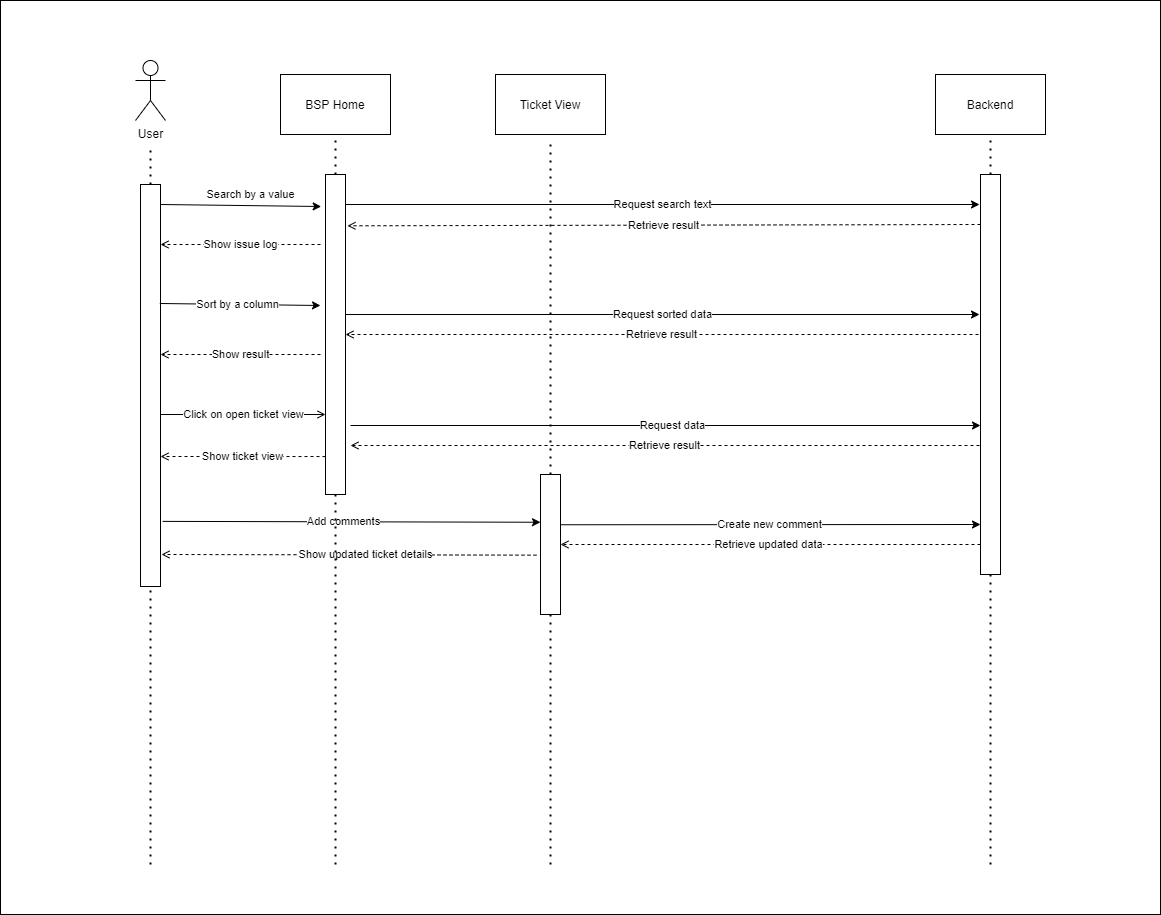
Earlier version of the draw.io export Sequence Diagrams/sequenceBSP.png (DiWeera98/IN2900Docs). Source tidied: cells renumbered, new cells last; positions are measured from the earlier drawing's top-left corner, leaving out a move shared by most shapes.
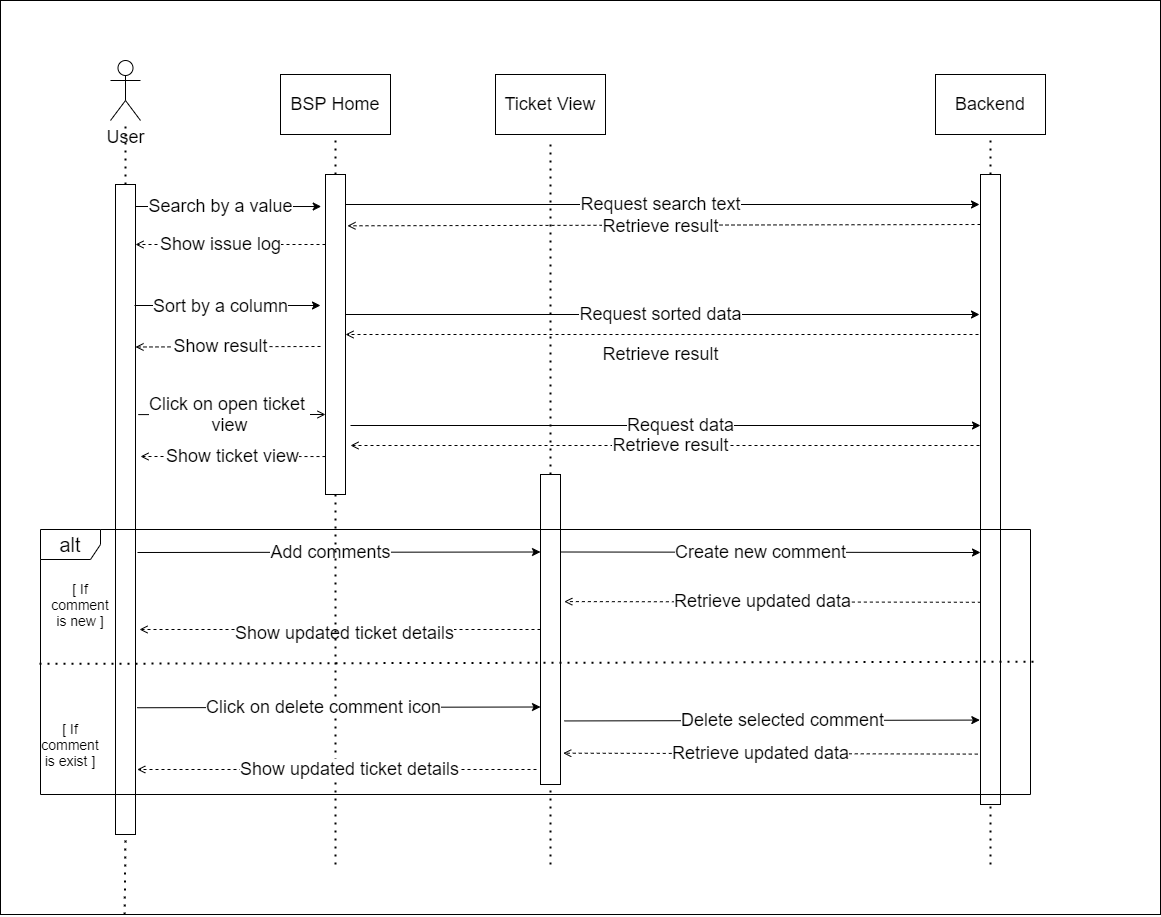
Later version of the same file.

The edit, as a diff of the source:
```diff
@@ -5,16 +5,14 @@
     <mxCell id="2" style="rounded=0;whiteSpace=wrap;html=1;" parent="1" vertex="1">
       <mxGeometry width="1160" height="914" as="geometry" />
     </mxCell>
-    <mxCell id="3" value="BSP Home" style="rounded=0;whiteSpace=wrap;html=1;" parent="1" vertex="1">
+    <mxCell id="3" value="&lt;font style=&quot;font-size: 18px&quot;&gt;BSP Home&lt;/font&gt;" style="rounded=0;whiteSpace=wrap;html=1;" parent="1" vertex="1">
       <mxGeometry x="280" y="74" width="110" height="60" as="geometry" />
     </mxCell>
-    <mxCell id="4" value="Backend" style="rounded=0;whiteSpace=wrap;html=1;" parent="1" vertex="1">
+    <mxCell id="4" value="&lt;font style=&quot;font-size: 18px&quot;&gt;Backend&lt;/font&gt;" style="rounded=0;whiteSpace=wrap;html=1;" parent="1" vertex="1">
       <mxGeometry x="935" y="74" width="110" height="60" as="geometry" />
     </mxCell>
-    <mxCell id="5" style="endArrow=none;dashed=1;html=1;dashPattern=1 3;strokeWidth=2;" parent="1" edge="1" source="16">
-      <mxGeometry relative="1" as="geometry">
-        <mxPoint x="150" y="144" as="targetPoint" />
-      </mxGeometry>
+    <mxCell id="5" style="endArrow=none;dashed=1;html=1;dashPattern=1 3;strokeWidth=2;exitX=0.5;exitY=0;exitDx=0;exitDy=0;" parent="1" edge="1" source="16" target="20">
+      <mxGeometry relative="1" as="geometry" />
     </mxCell>
     <mxCell id="6" style="endArrow=none;dashed=1;html=1;dashPattern=1 3;strokeWidth=2;entryX=0.5;entryY=1;entryDx=0;entryDy=0;" parent="1" edge="1" source="18" target="3">
       <mxGeometry relative="1" as="geometry" />
@@ -22,55 +20,51 @@
     <mxCell id="7" style="endArrow=none;dashed=1;html=1;dashPattern=1 3;strokeWidth=2;entryX=0.5;entryY=1;entryDx=0;entryDy=0;" parent="1" edge="1" source="24" target="4">
       <mxGeometry relative="1" as="geometry" />
     </mxCell>
-    <mxCell id="8" value="Request sorted data" style="endArrow=classic;html=1;" parent="1" edge="1">
-      <mxGeometry relative="1" as="geometry">
+    <mxCell id="8" value="&lt;font style=&quot;font-size: 18px&quot;&gt;Request sorted data&lt;/font&gt;" style="endArrow=classic;html=1;" parent="1" edge="1">
+      <mxGeometry x="-0.01" relative="1" as="geometry">
         <mxPoint x="345" y="314" as="sourcePoint" />
         <mxPoint x="979" y="314" as="targetPoint" />
       </mxGeometry>
     </mxCell>
-    <mxCell id="9" value="Retrieve result" style="endArrow=open;html=1;dashed=1;endFill=0;" parent="1" edge="1">
-      <mxGeometry relative="1" as="geometry">
+    <mxCell id="9" value="&lt;font style=&quot;font-size: 18px&quot;&gt;Retrieve result&lt;/font&gt;" style="endArrow=open;html=1;dashed=1;endFill=0;" parent="1" edge="1">
+      <mxGeometry y="20" relative="1" as="geometry">
         <mxPoint x="978" y="334" as="sourcePoint" />
         <mxPoint x="345" y="334" as="targetPoint" />
       </mxGeometry>
     </mxCell>
-    <mxCell id="10" value="Show result" style="endArrow=open;html=1;dashed=1;endFill=0;" parent="1" edge="1">
-      <mxGeometry relative="1" as="geometry">
-        <mxPoint x="320" y="354" as="sourcePoint" />
-        <mxPoint x="160" y="354" as="targetPoint" />
+    <mxCell id="10" value="&lt;font style=&quot;font-size: 18px&quot;&gt;Show result&lt;/font&gt;" style="endArrow=open;html=1;dashed=1;endFill=0;entryX=1;entryY=0.25;entryDx=0;entryDy=0;" parent="1" edge="1" target="16">
+      <mxGeometry x="0.08" relative="1" as="geometry">
+        <mxPoint x="320" y="346" as="sourcePoint" />
       </mxGeometry>
     </mxCell>
-    <mxCell id="11" value="Click on open ticket view" style="endArrow=open;html=1;endFill=0;" parent="1" edge="1">
-      <mxGeometry relative="1" as="geometry">
-        <mxPoint x="160" y="414" as="sourcePoint" />
+    <mxCell id="11" value="&lt;font style=&quot;font-size: 18px&quot;&gt;Click on open ticket &lt;br&gt;view&lt;/font&gt;" style="endArrow=open;html=1;endFill=0;exitX=1.139;exitY=0.354;exitDx=0;exitDy=0;exitPerimeter=0;" parent="1" edge="1" source="16">
+      <mxGeometry x="-0.03" relative="1" as="geometry">
         <mxPoint x="325" y="414" as="targetPoint" />
       </mxGeometry>
     </mxCell>
-    <mxCell id="12" value="Add comments" style="endArrow=classic;html=1;exitX=1.106;exitY=0.838;exitDx=0;exitDy=0;exitPerimeter=0;entryX=0;entryY=0.341;entryDx=0;entryDy=0;entryPerimeter=0;" parent="1" edge="1" source="16" target="32">
-      <mxGeometry x="-0.04" relative="1" as="geometry" />
+    <mxCell id="12" value="&lt;font style=&quot;font-size: 18px&quot;&gt;Add comments&lt;/font&gt;" style="endArrow=classic;html=1;entryX=0;entryY=0.25;entryDx=0;entryDy=0;" parent="1" edge="1" target="32">
+      <mxGeometry x="-0.04" relative="1" as="geometry">
+        <mxPoint x="137" y="552" as="sourcePoint" />
+      </mxGeometry>
     </mxCell>
-    <mxCell id="13" value="Create new comment" style="endArrow=classic;html=1;exitX=0.96;exitY=0.359;exitDx=0;exitDy=0;exitPerimeter=0;" parent="1" edge="1" source="32">
-      <mxGeometry relative="1" as="geometry">
-        <mxPoint x="980" y="524" as="targetPoint" />
+    <mxCell id="13" value="&lt;font style=&quot;font-size: 18px&quot;&gt;Create new comment&lt;/font&gt;" style="endArrow=classic;html=1;exitX=1;exitY=0.25;exitDx=0;exitDy=0;" parent="1" edge="1" source="32">
+      <mxGeometry x="-0.05" relative="1" as="geometry">
+        <mxPoint x="980" y="552" as="targetPoint" />
       </mxGeometry>
     </mxCell>
-    <mxCell id="14" value="Retrieve updated data" style="endArrow=open;html=1;dashed=1;endFill=0;entryX=1;entryY=0.5;entryDx=0;entryDy=0;" parent="1" edge="1" target="32">
-      <mxGeometry x="0.01" relative="1" as="geometry">
-        <mxPoint x="980" y="544" as="sourcePoint" />
-      </mxGeometry>
+    <mxCell id="14" value="&lt;font style=&quot;font-size: 18px&quot;&gt;Retrieve updated data&lt;/font&gt;" style="endArrow=open;html=1;dashed=1;endFill=0;entryX=1.188;entryY=0.41;entryDx=0;entryDy=0;entryPerimeter=0;exitX=0.019;exitY=0.679;exitDx=0;exitDy=0;exitPerimeter=0;" parent="1" edge="1" source="24" target="32">
+      <mxGeometry x="0.05" relative="1" as="geometry" />
     </mxCell>
-    <mxCell id="15" value="Show updated ticket details" style="endArrow=open;html=1;dashed=1;endFill=0;exitX=-0.2;exitY=0.576;exitDx=0;exitDy=0;exitPerimeter=0;" parent="1" edge="1" source="32">
-      <mxGeometry x="-0.09" relative="1" as="geometry">
-        <mxPoint x="161" y="554" as="targetPoint" />
+    <mxCell id="15" value="&lt;font style=&quot;font-size: 18px&quot;&gt;Show updated ticket details&lt;/font&gt;" style="endArrow=open;html=1;dashed=1;endFill=0;exitX=0;exitY=0.5;exitDx=0;exitDy=0;" parent="1" edge="1" source="32">
+      <mxGeometry x="-0.02" y="4" relative="1" as="geometry">
+        <mxPoint x="139" y="629" as="targetPoint" />
       </mxGeometry>
     </mxCell>
     <mxCell id="16" style="rounded=0;whiteSpace=wrap;html=1;" parent="1" vertex="1">
-      <mxGeometry x="140" y="184" width="20" height="402" as="geometry" />
+      <mxGeometry x="115" y="184" width="20" height="650" as="geometry" />
     </mxCell>
-    <mxCell id="17" style="endArrow=none;dashed=1;html=1;dashPattern=1 3;strokeWidth=2;" parent="1" edge="1" target="16">
-      <mxGeometry relative="1" as="geometry">
-        <mxPoint x="150" y="864" as="sourcePoint" />
-      </mxGeometry>
+    <mxCell id="17" style="endArrow=none;dashed=1;html=1;dashPattern=1 3;strokeWidth=2;entryX=0.5;entryY=1;entryDx=0;entryDy=0;exitX=0.107;exitY=1;exitDx=0;exitDy=0;exitPerimeter=0;" parent="1" edge="1" source="2" target="16">
+      <mxGeometry relative="1" as="geometry" />
     </mxCell>
     <mxCell id="18" style="rounded=0;whiteSpace=wrap;html=1;" parent="1" vertex="1">
       <mxGeometry x="325" y="174" width="20" height="320" as="geometry" />
@@ -80,61 +74,62 @@
         <mxPoint x="335" y="864" as="sourcePoint" />
       </mxGeometry>
     </mxCell>
-    <mxCell id="20" value="User&lt;br&gt;" style="shape=umlActor;verticalLabelPosition=bottom;verticalAlign=top;html=1;outlineConnect=0;" parent="1" vertex="1">
-      <mxGeometry x="135" y="60" width="30" height="60" as="geometry" />
+    <mxCell id="20" value="&lt;font style=&quot;font-size: 18px&quot;&gt;User&lt;/font&gt;" style="shape=umlActor;verticalLabelPosition=bottom;verticalAlign=top;html=1;outlineConnect=0;" parent="1" vertex="1">
+      <mxGeometry x="110" y="60" width="30" height="60" as="geometry" />
     </mxCell>
-    <mxCell id="21" value="Request data" style="endArrow=classic;html=1;" parent="1" edge="1">
-      <mxGeometry x="0.02" relative="1" as="geometry">
+    <mxCell id="21" value="&lt;font style=&quot;font-size: 18px&quot;&gt;Request data&lt;/font&gt;" style="endArrow=classic;html=1;" parent="1" edge="1">
+      <mxGeometry x="0.05" relative="1" as="geometry">
         <mxPoint x="350" y="425" as="sourcePoint" />
         <mxPoint x="980" y="425" as="targetPoint" />
       </mxGeometry>
     </mxCell>
-    <mxCell id="22" value="Retrieve result" style="endArrow=open;html=1;dashed=1;endFill=0;" parent="1" edge="1">
-      <mxGeometry relative="1" as="geometry">
+    <mxCell id="22" value="&lt;font style=&quot;font-size: 18px&quot;&gt;Retrieve result&lt;/font&gt;" style="endArrow=open;html=1;dashed=1;endFill=0;" parent="1" edge="1">
+      <mxGeometry x="-0.02" relative="1" as="geometry">
         <mxPoint x="979" y="445" as="sourcePoint" />
         <mxPoint x="350" y="445" as="targetPoint" />
       </mxGeometry>
     </mxCell>
-    <mxCell id="23" value="Show ticket view" style="endArrow=open;html=1;dashed=1;endFill=0;exitX=0.25;exitY=0.277;exitDx=0;exitDy=0;exitPerimeter=0;" parent="1" edge="1">
+    <mxCell id="23" value="&lt;font style=&quot;font-size: 18px&quot;&gt;Show ticket view&lt;/font&gt;" style="endArrow=open;html=1;dashed=1;endFill=0;exitX=0.25;exitY=0.277;exitDx=0;exitDy=0;exitPerimeter=0;" parent="1" edge="1">
       <mxGeometry relative="1" as="geometry">
         <mxPoint x="325" y="456.1" as="sourcePoint" />
-        <mxPoint x="160" y="456" as="targetPoint" />
+        <mxPoint x="140" y="456" as="targetPoint" />
       </mxGeometry>
     </mxCell>
     <mxCell id="24" style="rounded=0;whiteSpace=wrap;html=1;" parent="1" vertex="1">
-      <mxGeometry x="980" y="174" width="20" height="400" as="geometry" />
+      <mxGeometry x="980" y="174" width="20" height="630" as="geometry" />
     </mxCell>
     <mxCell id="25" style="endArrow=none;dashed=1;html=1;dashPattern=1 3;strokeWidth=2;" parent="1" edge="1" target="24">
       <mxGeometry relative="1" as="geometry">
         <mxPoint x="990" y="864" as="sourcePoint" />
       </mxGeometry>
     </mxCell>
-    <mxCell id="26" value="Sort by a column" style="endArrow=classic;html=1;exitX=0.965;exitY=0.296;exitDx=0;exitDy=0;exitPerimeter=0;" parent="1" edge="1" source="16">
-      <mxGeometry x="-0.03" relative="1" as="geometry">
+    <mxCell id="26" value="&lt;font style=&quot;font-size: 18px&quot;&gt;Sort by a column&lt;/font&gt;" style="endArrow=classic;html=1;" parent="1" edge="1">
+      <mxGeometry x="-0.08" y="-1" relative="1" as="geometry">
+        <mxPoint x="134" y="305" as="sourcePoint" />
         <mxPoint x="320" y="305" as="targetPoint" />
       </mxGeometry>
     </mxCell>
-    <mxCell id="27" value="Show issue log" style="endArrow=open;html=1;dashed=1;endFill=0;" parent="1" edge="1">
-      <mxGeometry relative="1" as="geometry">
-        <mxPoint x="320" y="244" as="sourcePoint" />
-        <mxPoint x="160" y="244" as="targetPoint" />
+    <mxCell id="27" value="&lt;font style=&quot;font-size: 18px&quot;&gt;Show issue log&lt;/font&gt;" style="endArrow=open;html=1;dashed=1;endFill=0;" parent="1" edge="1">
+      <mxGeometry x="0.11" relative="1" as="geometry">
+        <mxPoint x="325" y="244" as="sourcePoint" />
+        <mxPoint x="135" y="244" as="targetPoint" />
       </mxGeometry>
     </mxCell>
-    <mxCell id="28" value="Request search text" style="endArrow=classic;html=1;" parent="1" edge="1">
-      <mxGeometry relative="1" as="geometry">
+    <mxCell id="28" value="&lt;font style=&quot;font-size: 18px&quot;&gt;Request search text&lt;/font&gt;" style="endArrow=classic;html=1;" parent="1" edge="1">
+      <mxGeometry x="-0.01" relative="1" as="geometry">
         <mxPoint x="345" y="204" as="sourcePoint" />
         <mxPoint x="979" y="204" as="targetPoint" />
       </mxGeometry>
     </mxCell>
-    <mxCell id="29" value="Retrieve result" style="endArrow=open;html=1;dashed=1;endFill=0;exitX=-0.047;exitY=0.151;exitDx=0;exitDy=0;exitPerimeter=0;" parent="1" edge="1">
-      <mxGeometry relative="1" as="geometry">
+    <mxCell id="29" value="&lt;font style=&quot;font-size: 18px&quot;&gt;Retrieve result&lt;/font&gt;" style="endArrow=open;html=1;dashed=1;endFill=0;exitX=-0.047;exitY=0.151;exitDx=0;exitDy=0;exitPerimeter=0;" parent="1" edge="1">
+      <mxGeometry x="0.01" y="1" relative="1" as="geometry">
         <mxPoint x="980" y="224" as="sourcePoint" />
         <mxPoint x="346.9" y="225.3" as="targetPoint" />
       </mxGeometry>
     </mxCell>
-    <mxCell id="30" value="Search by a value" style="endArrow=classic;html=1;exitX=0.965;exitY=0.296;exitDx=0;exitDy=0;exitPerimeter=0;" parent="1" edge="1">
-      <mxGeometry x="0.12" y="11" relative="1" as="geometry">
-        <mxPoint x="160" y="204" as="sourcePoint" />
+    <mxCell id="30" value="&lt;font style=&quot;font-size: 18px&quot;&gt;Search by a value&lt;/font&gt;" style="endArrow=classic;html=1;" parent="1" edge="1">
+      <mxGeometry x="-0.08" relative="1" as="geometry">
+        <mxPoint x="135" y="206" as="sourcePoint" />
         <mxPoint x="320.7" y="206" as="targetPoint" />
       </mxGeometry>
     </mxCell>
@@ -144,15 +139,43 @@
       </mxGeometry>
     </mxCell>
     <mxCell id="32" style="rounded=0;whiteSpace=wrap;html=1;" parent="1" vertex="1">
-      <mxGeometry x="540" y="474" width="20" height="140" as="geometry" />
+      <mxGeometry x="540" y="474" width="20" height="310" as="geometry" />
     </mxCell>
     <mxCell id="33" style="endArrow=none;dashed=1;html=1;dashPattern=1 3;strokeWidth=2;" parent="1" edge="1" target="32">
       <mxGeometry relative="1" as="geometry">
         <mxPoint x="550" y="864" as="sourcePoint" />
       </mxGeometry>
     </mxCell>
-    <mxCell id="34" value="Ticket View" style="rounded=0;whiteSpace=wrap;html=1;" parent="1" vertex="1">
+    <mxCell id="34" value="&lt;font style=&quot;font-size: 18px&quot;&gt;Ticket View&lt;/font&gt;" style="rounded=0;whiteSpace=wrap;html=1;" parent="1" vertex="1">
       <mxGeometry x="495" y="74" width="110" height="60" as="geometry" />
     </mxCell>
+    <mxCell id="35" value="alt" style="shape=umlFrame;whiteSpace=wrap;html=1;fontSize=20;" parent="1" vertex="1">
+      <mxGeometry x="40" y="529" width="990" height="265" as="geometry" />
+    </mxCell>
+    <mxCell id="36" value="&lt;font style=&quot;font-size: 14px&quot;&gt;[ If comment is new ]&lt;/font&gt;" style="text;html=1;strokeColor=none;fillColor=none;align=center;verticalAlign=middle;whiteSpace=wrap;rounded=0;" parent="1" vertex="1">
+      <mxGeometry x="50" y="574" width="60" height="60" as="geometry" />
+    </mxCell>
+    <mxCell id="37" value="&lt;font style=&quot;font-size: 14px&quot;&gt;[ If comment is exist ]&lt;/font&gt;" style="text;html=1;strokeColor=none;fillColor=none;align=center;verticalAlign=middle;whiteSpace=wrap;rounded=0;" parent="1" vertex="1">
+      <mxGeometry x="40" y="714" width="60" height="60" as="geometry" />
+    </mxCell>
+    <mxCell id="38" value="&lt;font style=&quot;font-size: 18px&quot;&gt;Click on delete comment icon&lt;/font&gt;" style="endArrow=classic;html=1;entryX=0;entryY=0.75;entryDx=0;entryDy=0;exitX=1.087;exitY=0.805;exitDx=0;exitDy=0;exitPerimeter=0;" parent="1" edge="1" source="16" target="32">
+      <mxGeometry x="-0.08" relative="1" as="geometry">
+        <mxPoint x="1" as="offset" />
+      </mxGeometry>
+    </mxCell>
+    <mxCell id="39" value="&lt;font style=&quot;font-size: 18px&quot;&gt;Delete selected comment&lt;/font&gt;" style="endArrow=classic;html=1;exitX=1.188;exitY=0.795;exitDx=0;exitDy=0;exitPerimeter=0;entryX=-0.033;entryY=0.866;entryDx=0;entryDy=0;entryPerimeter=0;" parent="1" edge="1" source="32" target="24">
+      <mxGeometry x="0.05" relative="1" as="geometry" />
+    </mxCell>
+    <mxCell id="40" value="&lt;font style=&quot;font-size: 18px&quot;&gt;Retrieve updated data&lt;/font&gt;" style="endArrow=open;html=1;dashed=1;endFill=0;entryX=1.136;entryY=0.899;entryDx=0;entryDy=0;entryPerimeter=0;exitX=-0.137;exitY=0.92;exitDx=0;exitDy=0;exitPerimeter=0;" parent="1" edge="1" source="24" target="32">
+      <mxGeometry x="0.05" relative="1" as="geometry" />
+    </mxCell>
+    <mxCell id="41" value="&lt;font style=&quot;font-size: 18px&quot;&gt;Show updated ticket details&lt;/font&gt;" style="endArrow=open;html=1;dashed=1;endFill=0;entryX=1.087;entryY=0.9;entryDx=0;entryDy=0;entryPerimeter=0;" parent="1" edge="1" target="16">
+      <mxGeometry x="-0.06" relative="1" as="geometry">
+        <mxPoint x="536" y="769" as="sourcePoint" />
+      </mxGeometry>
+    </mxCell>
+    <mxCell id="42" style="endArrow=none;dashed=1;html=1;dashPattern=1 3;strokeWidth=2;exitX=1.003;exitY=0.499;exitDx=0;exitDy=0;exitPerimeter=0;entryX=-0.001;entryY=0.507;entryDx=0;entryDy=0;entryPerimeter=0;" parent="1" edge="1" source="35" target="35">
+      <mxGeometry relative="1" as="geometry" />
+    </mxCell>
   </root>
 </mxGraphModel>
```
